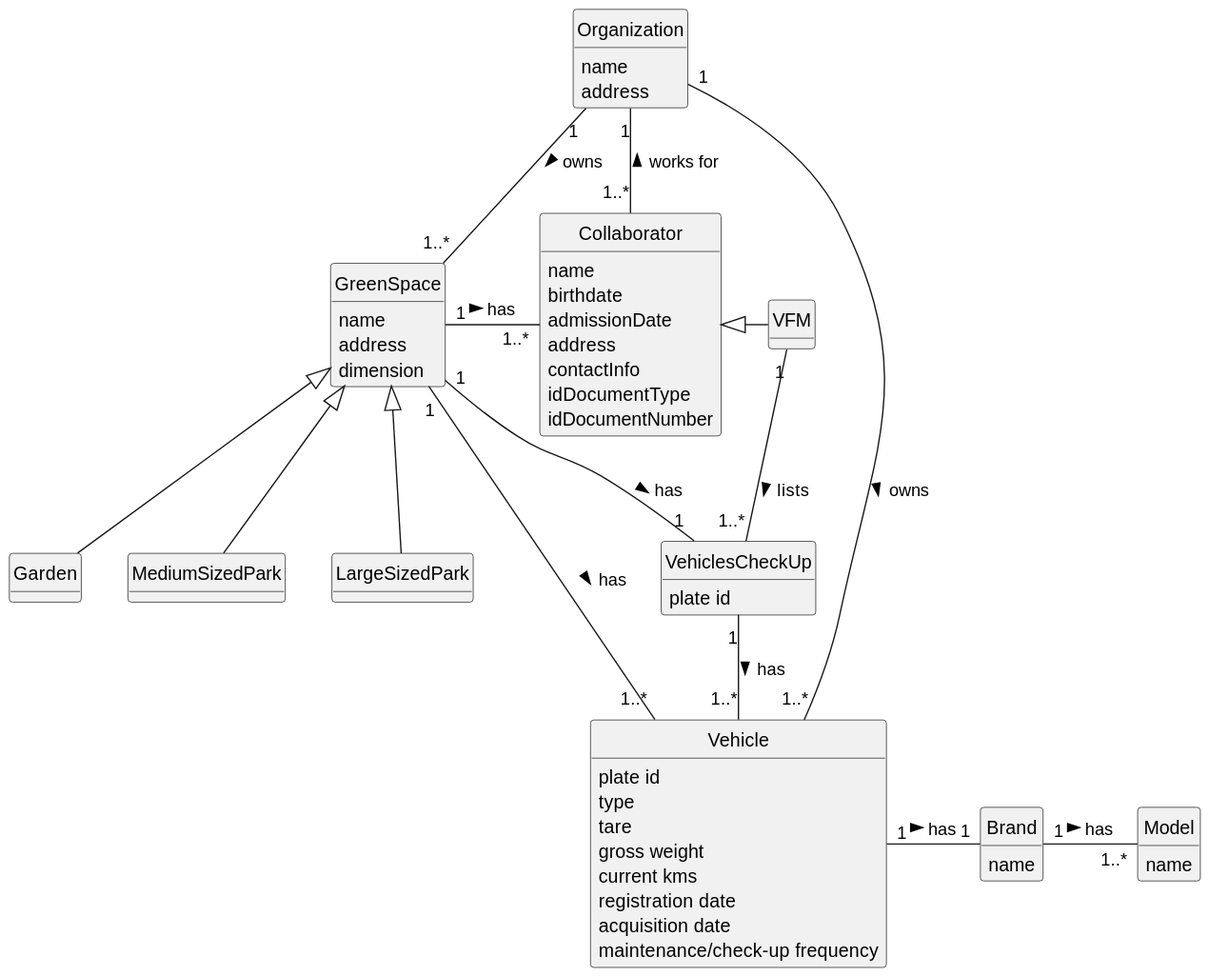
The PlantUML diagram docs/sprintA/us008/02.analysis/svg/us008-domain-model.svg in diogoveirospro/lei-24-s2-1dg-g072, before a commit.
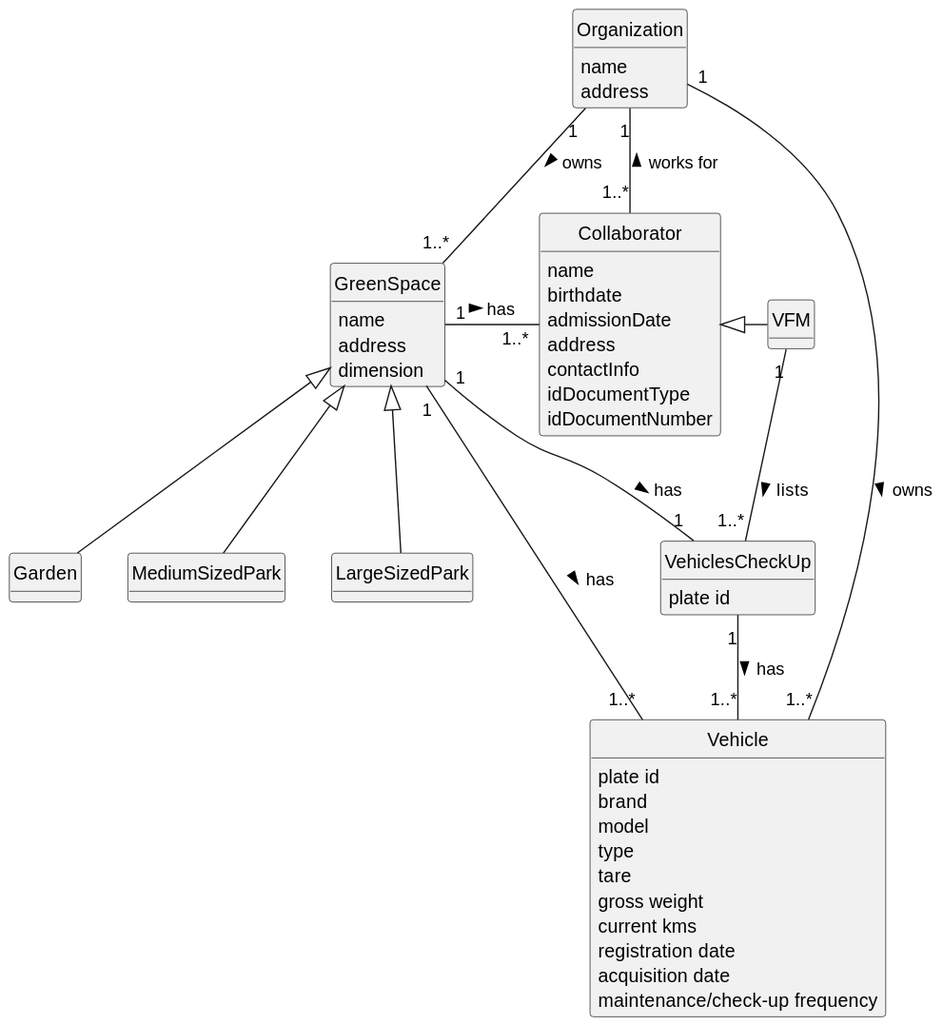
After the commit.

Change to the diagram source:
```diff
@@ -47,6 +47,8 @@
 }
 class Vehicle{
     plate id
+    brand
+    model
     type
     tare
     gross weight
@@ -60,14 +62,6 @@
     plate id
 }
 
-class Brand{
-name
-}
-
-class Model{
-name
-}
-
 Collaborator <|- VFM
 VFM "1" -- "1..*" VehiclesCheckUp: lists >
 GreenSpace <|-- Garden
@@ -79,7 +73,5 @@
 Organization "1" - "1..*" GreenSpace: owns >
 Organization "1" -- "1..*" Collaborator: works for <
 GreenSpace "1" - "1" VehiclesCheckUp: has >
-Vehicle "1" - "1" Brand: has >
-Brand "1" - "1..*" Model: has >
 Organization "1" - "1..*" Vehicle: owns >
 @enduml
```
